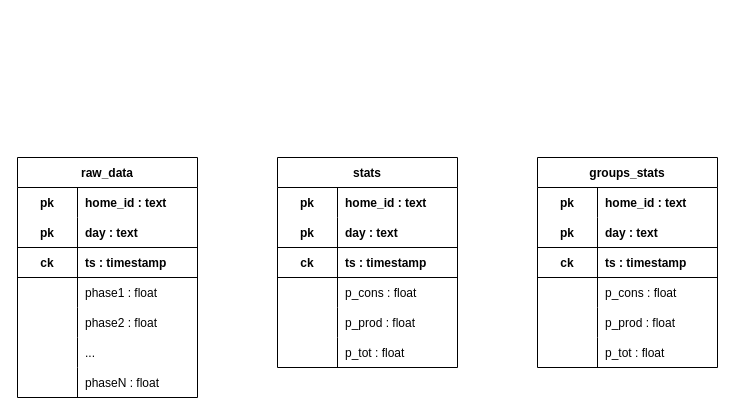
Earlier version of the draw.io diagram page "cassandra tables" (1 of 8) of documentation/documentation_diagrams.drawio (AlexandreHnf/Voisin-d-energie-ULB). Source tidied: cells renumbered, new cells numbered last; positions are measured from the earlier drawing's top-left corner, leaving out a move shared by most shapes. Both pictures are drawn from the tidied source at 100%, with x=0, y=0 at pixel (17, 157).
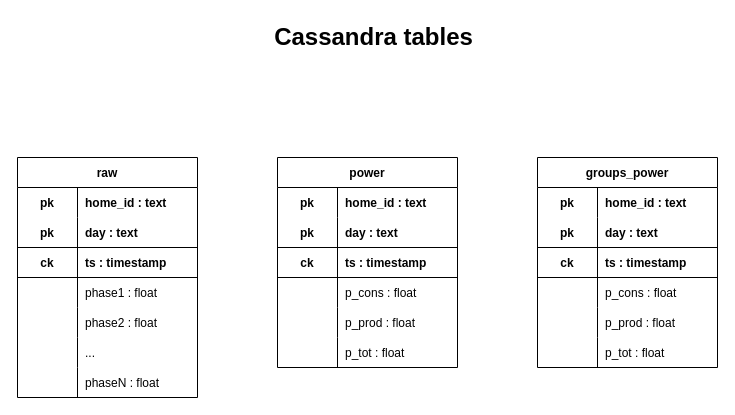
After the change.

The edit, as a diff of the source:
```diff
@@
-    <mxCell id="2" value="raw_data" style="shape=table;startSize=30;childLayout=tableLayout;rowLines=0;fontStyle=1;align=center;" parent="1" vertex="1">
+    <mxCell id="2" value="raw" style="shape=table;startSize=30;childLayout=tableLayout;rowLines=0;fontStyle=1;align=center;" parent="1" vertex="1">
       <mxGeometry width="180" height="240" as="geometry" />
     </mxCell>
@@
-    <mxCell id="24" value="stats" style="shape=table;startSize=30;childLayout=tableLayout;rowLines=0;fontStyle=1;align=center;" parent="1" vertex="1">
+    <mxCell id="24" value="power" style="shape=table;startSize=30;childLayout=tableLayout;rowLines=0;fontStyle=1;align=center;" parent="1" vertex="1">
       <mxGeometry x="260" width="180" height="210" as="geometry" />
     </mxCell>
@@
-    <mxCell id="43" value="groups_stats" style="shape=table;startSize=30;childLayout=tableLayout;rowLines=0;fontStyle=1;align=center;" parent="1" vertex="1">
+    <mxCell id="43" value="groups_power" style="shape=table;startSize=30;childLayout=tableLayout;rowLines=0;fontStyle=1;align=center;" parent="1" vertex="1">
       <mxGeometry x="520" width="180" height="210" as="geometry" />
     </mxCell>
@@
+    <mxCell id="62" value="Cassandra tables" style="text;strokeColor=none;fillColor=none;html=1;fontSize=24;fontStyle=1;verticalAlign=middle;align=center;" parent="1" vertex="1">
+      <mxGeometry x="306" y="-140" width="100" height="40" as="geometry" />
+    </mxCell>
```
